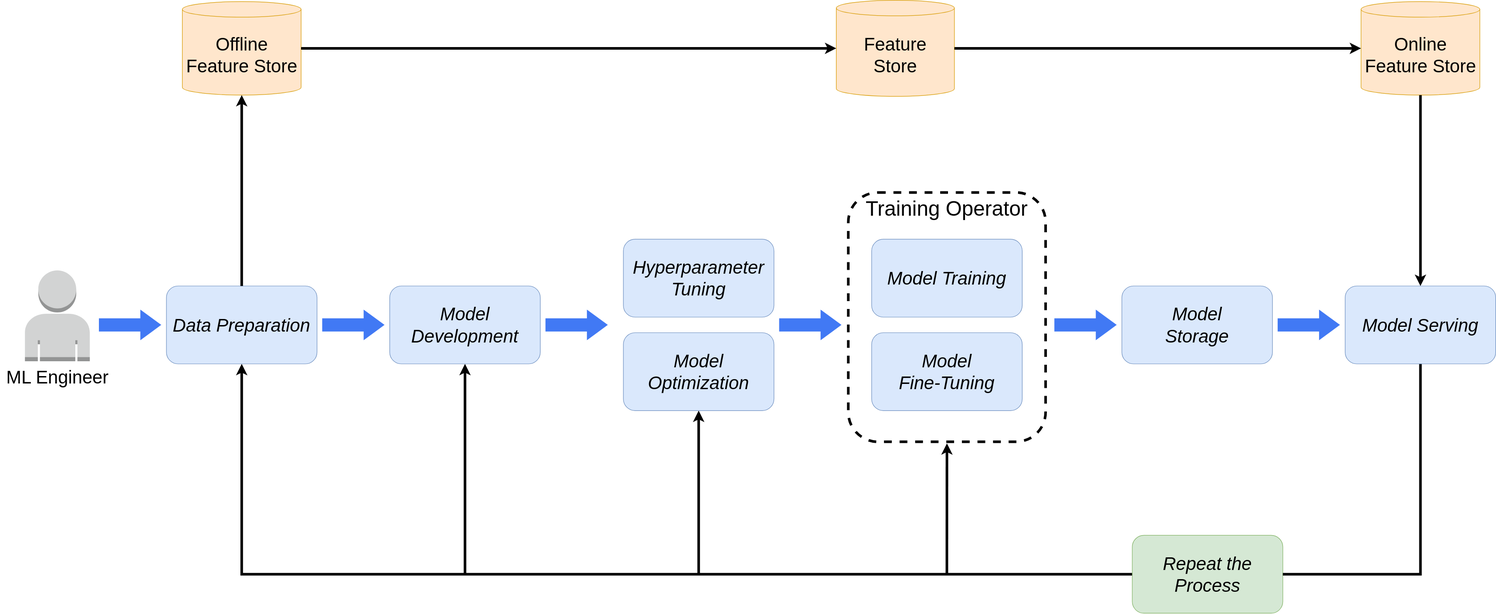
kubeflow/website keeps this draw.io diagram as content/en/docs/components/training/images/ml-lifecycle-training-operator.drawio.svg. Above is the earlier version. Source tidied: cells renumbered, new cells last; positions are measured from the earlier drawing's top-left corner, leaving out a move shared by most shapes.
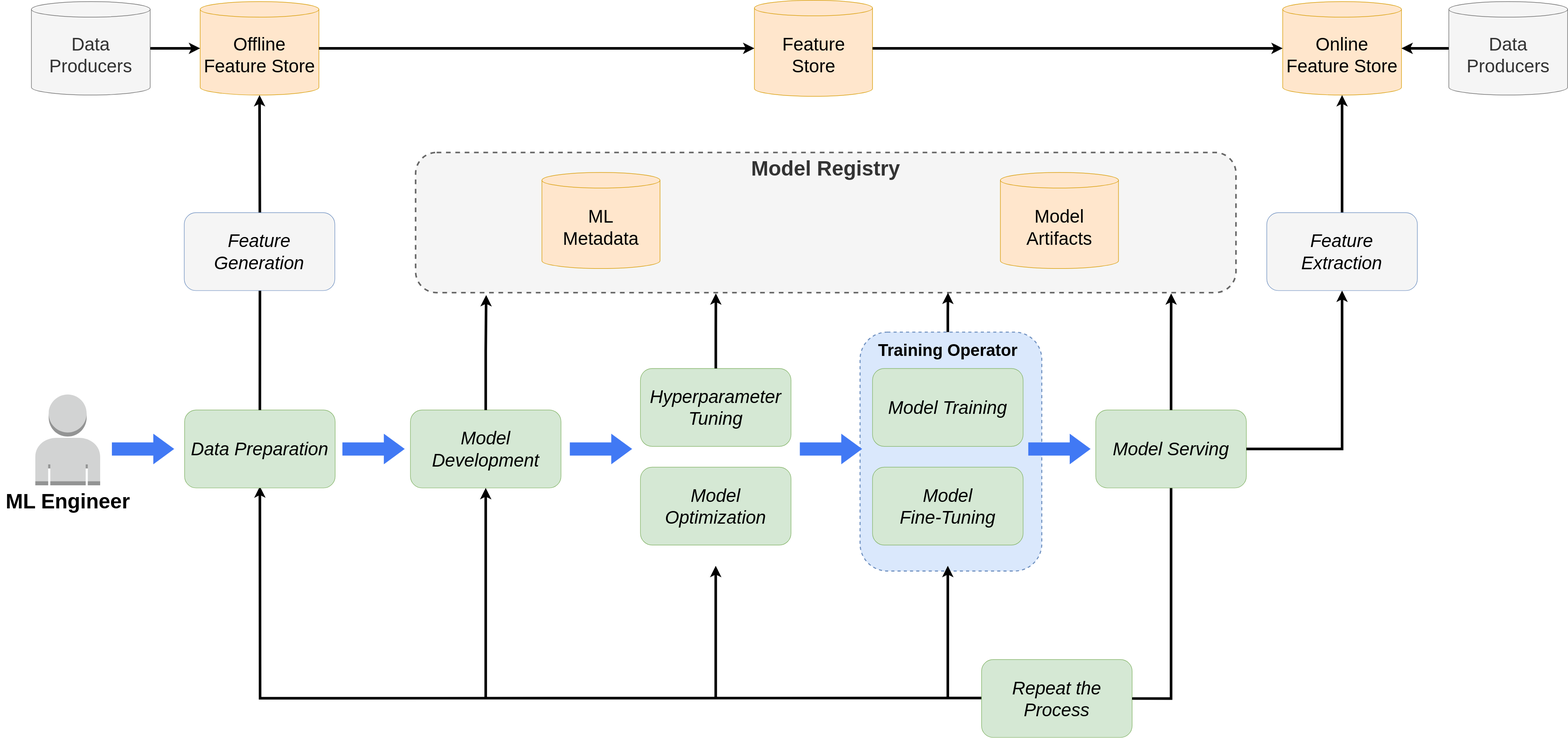
The same file after the commit.

What changed in the source:
```diff
@@ -2,109 +2,148 @@
   <root>
     <mxCell id="0" />
     <mxCell id="1" parent="0" />
-    <mxCell id="2" value="&lt;font style=&quot;font-size: 40px;&quot;&gt;Training Operator&lt;/font&gt;" style="rounded=1;whiteSpace=wrap;html=1;dashed=1;fillColor=none;strokeWidth=5;strokeColor=#000000;fontSize=40;verticalAlign=top;" parent="1" vertex="1">
-      <mxGeometry x="1633.1" y="370" width="380" height="480" as="geometry" />
-    </mxCell>
-    <mxCell id="3" style="group;" parent="1" vertex="1">
-      <mxGeometry y="520" width="220" height="234.9" as="geometry" />
-    </mxCell>
+    <mxCell id="33" style="rounded=1;whiteSpace=wrap;html=1;strokeWidth=2;fillColor=#dae8fc;strokeColor=#6c8ebf;dashed=1;" parent="1" vertex="1">
+      <mxGeometry x="3596" y="-250" width="350" height="460" as="geometry" />
+    </mxCell>
+    <mxCell id="34" style="group;" parent="1" vertex="1">
+      <mxGeometry x="1960" y="-129.9" width="240" height="234.9" as="geometry" />
+    </mxCell>
-    <mxCell id="4" style="dashed=0;verticalLabelPosition=bottom;verticalAlign=top;align=center;html=1;shape=mxgraph.aws3.user;fillColor=#D2D3D3;gradientColor=none;" parent="3" vertex="1">
+    <mxCell id="4" style="dashed=0;verticalLabelPosition=bottom;verticalAlign=top;align=center;html=1;shape=mxgraph.aws3.user;fillColor=#D2D3D3;gradientColor=none;" parent="34" vertex="1">
       <mxGeometry x="47.5" width="124.9" height="174.9" as="geometry" />
     </mxCell>
-    <mxCell id="5" value="ML Engineer" style="text;html=1;align=center;verticalAlign=middle;strokeColor=none;fillColor=none;fontSize=35;" parent="3" vertex="1">
-      <mxGeometry y="174.9" width="220" height="60" as="geometry" />
+    <mxCell id="5" value="&lt;b&gt;&lt;font style=&quot;font-size: 40px;&quot;&gt;ML Engineer&lt;/font&gt;&lt;/b&gt;" style="text;html=1;align=center;verticalAlign=middle;strokeColor=none;fillColor=none;fontSize=35;" parent="34" vertex="1">
+      <mxGeometry x="-20" y="174.9" width="260" height="60" as="geometry" />
     </mxCell>
-    <mxCell id="6" style="edgeStyle=orthogonalEdgeStyle;rounded=0;jettySize=auto;html=1;entryX=0.5;entryY=1;entryDx=0;entryDy=0;strokeWidth=5;" parent="1" edge="1" source="7" target="10">
-      <mxGeometry relative="1" as="geometry" />
-    </mxCell>
+    <mxCell id="35" style="edgeStyle=orthogonalEdgeStyle;rounded=0;orthogonalLoop=1;jettySize=auto;html=1;entryX=0.5;entryY=1;entryDx=0;entryDy=0;strokeWidth=5;" parent="1" edge="1">
+      <mxGeometry relative="1" as="geometry">
+        <mxPoint x="4010" y="454.5" as="sourcePoint" />
+        <mxPoint x="2440" y="47" as="targetPoint" />
+      </mxGeometry>
+    </mxCell>
     <mxCell id="7" value="&lt;div&gt;Repeat the Process&lt;/div&gt;" style="rounded=1;whiteSpace=wrap;html=1;fillColor=#d5e8d4;strokeColor=#82b366;fontSize=35;fontStyle=2;" parent="1" vertex="1">
-      <mxGeometry x="2180" y="1030" width="290" height="150" as="geometry" />
+      <mxGeometry x="3830" y="380.5" width="290" height="150" as="geometry" />
     </mxCell>
+    <mxCell id="10" value="&lt;div&gt;Data Preparation&lt;/div&gt;" style="rounded=1;whiteSpace=wrap;html=1;fillColor=#d5e8d4;strokeColor=#82b366;fontSize=35;fontStyle=2;" parent="1" vertex="1">
+      <mxGeometry x="2295" y="-100" width="290" height="150" as="geometry" />
+    </mxCell>
+    <mxCell id="13" value="Model Development" style="rounded=1;whiteSpace=wrap;html=1;fontSize=35;fontStyle=2;fillColor=#d5e8d4;strokeColor=#82b366;" parent="1" vertex="1">
+      <mxGeometry x="2730" y="-100" width="290" height="150" as="geometry" />
+    </mxCell>
+    <mxCell id="36" style="shape=singleArrow;whiteSpace=wrap;html=1;arrowWidth=0.4307692307692277;arrowSize=0.3352071005917159;fillColor=#4179f4;strokeColor=none;" parent="1" vertex="1">
+      <mxGeometry x="2599" y="-54.5" width="120" height="59" as="geometry" />
+    </mxCell>
+    <mxCell id="37" style="shape=singleArrow;whiteSpace=wrap;html=1;arrowWidth=0.4307692307692277;arrowSize=0.3352071005917159;fillColor=#4179f4;strokeColor=none;" parent="1" vertex="1">
+      <mxGeometry x="2155" y="-54.5" width="120" height="59" as="geometry" />
+    </mxCell>
+    <mxCell id="20" value="Feature &lt;br&gt;Store" style="shape=cylinder3;whiteSpace=wrap;html=1;boundedLbl=1;backgroundOutline=1;size=15;fillColor=#ffe6cc;strokeColor=#d79b00;fontSize=35;" parent="1" vertex="1">
+      <mxGeometry x="3392.5" y="-889" width="227.5" height="185" as="geometry" />
+    </mxCell>
+    <mxCell id="21" value="Offline Feature Store" style="shape=cylinder3;whiteSpace=wrap;html=1;boundedLbl=1;backgroundOutline=1;size=15;fillColor=#ffe6cc;strokeColor=#d79b00;fontSize=35;" parent="1" vertex="1">
+      <mxGeometry x="2325" y="-886.5" width="228.8" height="180" as="geometry" />
+    </mxCell>
+    <mxCell id="28" style="edgeStyle=orthogonalEdgeStyle;rounded=0;jettySize=auto;html=1;entryX=0.5;entryY=1;entryDx=0;entryDy=0;entryPerimeter=0;strokeWidth=5;exitX=0.5;exitY=0;exitDx=0;exitDy=0;" parent="1" edge="1" source="10" target="21">
+      <mxGeometry relative="1" as="geometry" />
+    </mxCell>
+    <mxCell id="29" value="Online Feature Store" style="shape=cylinder3;whiteSpace=wrap;html=1;boundedLbl=1;backgroundOutline=1;size=15;fillColor=#ffe6cc;strokeColor=#d79b00;fontSize=35;" parent="1" vertex="1">
+      <mxGeometry x="4410" y="-886.5" width="228.8" height="180" as="geometry" />
+    </mxCell>
+    <mxCell id="38" style="edgeStyle=orthogonalEdgeStyle;rounded=0;jettySize=auto;html=1;entryX=0.5;entryY=1;entryDx=0;entryDy=0;entryPerimeter=0;strokeWidth=5;endArrow=classic;endFill=1;startArrow=none;startFill=0;exitX=0.5;exitY=0;exitDx=0;exitDy=0;" parent="1" edge="1" source="58" target="29">
+      <mxGeometry relative="1" as="geometry" />
+    </mxCell>
+    <mxCell id="39" style="edgeStyle=orthogonalEdgeStyle;rounded=0;jettySize=auto;html=1;strokeWidth=5;" parent="1" edge="1" source="40" target="29">
+      <mxGeometry relative="1" as="geometry" />
+    </mxCell>
+    <mxCell id="40" value="Data Producers" style="shape=cylinder3;whiteSpace=wrap;html=1;boundedLbl=1;backgroundOutline=1;size=15;fontSize=35;fillColor=#f5f5f5;fontColor=#333333;strokeColor=#666666;" parent="1" vertex="1">
+      <mxGeometry x="4730" y="-886.5" width="228.8" height="180" as="geometry" />
+    </mxCell>
+    <mxCell id="41" style="edgeStyle=none;jettySize=auto;html=1;rounded=0;entryX=0.5;entryY=1;entryDx=0;entryDy=0;strokeWidth=5;" parent="1" edge="1" target="13">
+      <mxGeometry relative="1" as="geometry">
+        <mxPoint x="2875" y="453" as="sourcePoint" />
+      </mxGeometry>
+    </mxCell>
+    <mxCell id="42" style="shape=singleArrow;whiteSpace=wrap;html=1;arrowWidth=0.4307692307692277;arrowSize=0.3352071005917159;fillColor=#4179f4;strokeColor=none;" parent="1" vertex="1">
+      <mxGeometry x="3037" y="-54.5" width="120" height="59" as="geometry" />
+    </mxCell>
+    <mxCell id="43" style="edgeStyle=none;orthogonalLoop=1;jettySize=auto;html=1;rounded=0;entryX=0.5;entryY=1;entryDx=0;entryDy=0;strokeWidth=5;" parent="1" edge="1">
+      <mxGeometry relative="1" as="geometry">
+        <mxPoint x="3318" y="453" as="sourcePoint" />
+        <mxPoint x="3318" y="200" as="targetPoint" />
+      </mxGeometry>
+    </mxCell>
+    <mxCell id="44" style="edgeStyle=none;orthogonalLoop=1;jettySize=auto;html=1;rounded=0;entryX=0.5;entryY=1;entryDx=0;entryDy=0;strokeWidth=5;" parent="1" edge="1">
+      <mxGeometry relative="1" as="geometry">
+        <mxPoint x="3765" y="453" as="sourcePoint" />
+        <mxPoint x="3765" y="200" as="targetPoint" />
+      </mxGeometry>
+    </mxCell>
+    <mxCell id="14" style="edgeStyle=orthogonalEdgeStyle;rounded=0;jettySize=auto;html=1;entryX=1;entryY=0.5;entryDx=0;entryDy=0;strokeWidth=5;endArrow=none;endFill=0;exitX=0.5;exitY=1;exitDx=0;exitDy=0;" parent="1" edge="1" source="25" target="7">
+      <mxGeometry relative="1" as="geometry" />
+    </mxCell>
+    <mxCell id="22" value="Hyperparameter Tuning" style="rounded=1;whiteSpace=wrap;html=1;fillColor=#d5e8d4;strokeColor=#82b366;fontSize=35;fontStyle=2;" parent="1" vertex="1">
+      <mxGeometry x="3173" y="-180" width="290" height="150" as="geometry" />
+    </mxCell>
+    <mxCell id="23" value="Model Optimization" style="rounded=1;whiteSpace=wrap;html=1;fillColor=#d5e8d4;strokeColor=#82b366;fontSize=35;fontStyle=2;" parent="1" vertex="1">
+      <mxGeometry x="3173" y="10" width="290" height="150" as="geometry" />
+    </mxCell>
-    <mxCell id="8" value="Model Training" style="rounded=1;whiteSpace=wrap;html=1;fillColor=#dae8fc;strokeColor=#6c8ebf;fontSize=35;fontStyle=2;" parent="1" vertex="1">
-      <mxGeometry x="1678.1" y="460" width="290" height="150" as="geometry" />
+    <mxCell id="8" value="Model Training" style="rounded=1;whiteSpace=wrap;html=1;fillColor=#d5e8d4;strokeColor=#82b366;fontSize=35;fontStyle=2;" parent="1" vertex="1">
+      <mxGeometry x="3620" y="-180" width="290" height="150" as="geometry" />
     </mxCell>
-    <mxCell id="9" value="&lt;div&gt;Model&lt;br&gt;Fine-Tuning&lt;/div&gt;" style="rounded=1;whiteSpace=wrap;html=1;fillColor=#dae8fc;strokeColor=#6c8ebf;fontSize=35;fontStyle=2;" parent="1" vertex="1">
-      <mxGeometry x="1678.1" y="640" width="290" height="150" as="geometry" />
+    <mxCell id="9" value="Model &lt;br&gt;Fine-Tuning" style="rounded=1;whiteSpace=wrap;html=1;fillColor=#d5e8d4;strokeColor=#82b366;fontSize=35;fontStyle=2;" parent="1" vertex="1">
+      <mxGeometry x="3620" y="10" width="290" height="150" as="geometry" />
     </mxCell>
-    <mxCell id="10" value="&lt;div&gt;Data Preparation&lt;/div&gt;" style="rounded=1;whiteSpace=wrap;html=1;fillColor=#dae8fc;strokeColor=#6c8ebf;fontSize=35;fontStyle=2;" parent="1" vertex="1">
-      <mxGeometry x="320" y="550" width="290" height="150" as="geometry" />
-    </mxCell>
-    <mxCell id="11" style="shape=singleArrow;whiteSpace=wrap;html=1;arrowWidth=0.4307692307692277;arrowSize=0.3352071005917159;fillColor=#4179f4;strokeColor=none;" parent="1" vertex="1">
-      <mxGeometry x="620" y="595.5" width="120" height="59" as="geometry" />
-    </mxCell>
-    <mxCell id="12" style="edgeStyle=orthogonalEdgeStyle;rounded=0;jettySize=auto;html=1;startArrow=classic;startFill=1;endArrow=none;endFill=0;strokeWidth=5;" parent="1" edge="1" source="13">
-      <mxGeometry relative="1" as="geometry">
-        <mxPoint x="895" y="1104" as="targetPoint" />
-      </mxGeometry>
-    </mxCell>
-    <mxCell id="13" value="Model Development" style="rounded=1;whiteSpace=wrap;html=1;fillColor=#dae8fc;strokeColor=#6c8ebf;fontSize=35;fontStyle=2;" parent="1" vertex="1">
-      <mxGeometry x="750" y="550" width="290" height="150" as="geometry" />
-    </mxCell>
-    <mxCell id="14" style="edgeStyle=orthogonalEdgeStyle;rounded=0;jettySize=auto;html=1;entryX=1;entryY=0.5;entryDx=0;entryDy=0;strokeWidth=5;endArrow=none;endFill=0;exitX=0.5;exitY=1;exitDx=0;exitDy=0;" parent="1" edge="1" source="25" target="7">
-      <mxGeometry relative="1" as="geometry">
-        <Array as="points">
-          <mxPoint x="2735" y="1105" />
-        </Array>
-      </mxGeometry>
-    </mxCell>
-    <mxCell id="15" value="&lt;div&gt;Model&lt;/div&gt;&lt;div&gt;Storage&lt;/div&gt;" style="rounded=1;whiteSpace=wrap;html=1;fillColor=#dae8fc;strokeColor=#6c8ebf;fontSize=35;fontStyle=2;" parent="1" vertex="1">
-      <mxGeometry x="2160" y="550" width="290" height="150" as="geometry" />
-    </mxCell>
-    <mxCell id="16" style="shape=singleArrow;whiteSpace=wrap;html=1;arrowWidth=0.4307692307692277;arrowSize=0.3352071005917159;fillColor=#4179f4;strokeColor=none;" parent="1" vertex="1">
-      <mxGeometry x="1050" y="595.5" width="120" height="59" as="geometry" />
-    </mxCell>
-    <mxCell id="17" style="shape=singleArrow;whiteSpace=wrap;html=1;arrowWidth=0.4307692307692277;arrowSize=0.3352071005917159;fillColor=#4179f4;strokeColor=none;" parent="1" vertex="1">
-      <mxGeometry x="2030" y="595.5" width="120" height="59" as="geometry" />
-    </mxCell>
-    <mxCell id="18" style="endArrow=classic;html=1;rounded=0;entryX=0.5;entryY=1;entryDx=0;entryDy=0;strokeWidth=5;" parent="1" edge="1" target="23">
-      <mxGeometry relative="1" as="geometry">
-        <mxPoint x="1345" y="1104" as="sourcePoint" />
-      </mxGeometry>
-    </mxCell>
-    <mxCell id="19" style="shape=singleArrow;whiteSpace=wrap;html=1;arrowWidth=0.4307692307692277;arrowSize=0.3352071005917159;fillColor=#4179f4;strokeColor=none;" parent="1" vertex="1">
-      <mxGeometry x="190" y="595.5" width="120" height="59" as="geometry" />
-    </mxCell>
-    <mxCell id="20" value="Feature &lt;br&gt;Store" style="shape=cylinder3;whiteSpace=wrap;html=1;boundedLbl=1;backgroundOutline=1;size=15;fillColor=#ffe6cc;strokeColor=#d79b00;fontSize=35;" parent="1" vertex="1">
-      <mxGeometry x="1610" width="227.5" height="185" as="geometry" />
-    </mxCell>
-    <mxCell id="21" value="Offline Feature Store" style="shape=cylinder3;whiteSpace=wrap;html=1;boundedLbl=1;backgroundOutline=1;size=15;fillColor=#ffe6cc;strokeColor=#d79b00;fontSize=35;" parent="1" vertex="1">
-      <mxGeometry x="350.6" y="2.5" width="228.8" height="180" as="geometry" />
-    </mxCell>
-    <mxCell id="22" value="Hyperparameter&lt;div&gt;Tuning&lt;/div&gt;" style="rounded=1;whiteSpace=wrap;html=1;fillColor=#dae8fc;strokeColor=#6c8ebf;fontSize=35;fontStyle=2;" parent="1" vertex="1">
-      <mxGeometry x="1200" y="460" width="290" height="150" as="geometry" />
-    </mxCell>
-    <mxCell id="23" value="Model Optimization" style="rounded=1;whiteSpace=wrap;html=1;fillColor=#dae8fc;strokeColor=#6c8ebf;fontSize=35;fontStyle=2;" parent="1" vertex="1">
-      <mxGeometry x="1200" y="640" width="290" height="150" as="geometry" />
-    </mxCell>
-    <mxCell id="24" style="shape=singleArrow;whiteSpace=wrap;html=1;arrowWidth=0.4307692307692277;arrowSize=0.3352071005917159;fillColor=#4179f4;strokeColor=none;" parent="1" vertex="1">
-      <mxGeometry x="1500" y="595.5" width="120" height="59" as="geometry" />
-    </mxCell>
-    <mxCell id="25" value="&lt;div&gt;Model Serving&lt;/div&gt;" style="rounded=1;whiteSpace=wrap;html=1;fillColor=#dae8fc;strokeColor=#6c8ebf;fontSize=35;fontStyle=2;" parent="1" vertex="1">
-      <mxGeometry x="2590" y="550" width="290" height="150" as="geometry" />
+    <mxCell id="25" value="Model Serving" style="rounded=1;whiteSpace=wrap;html=1;fillColor=#d5e8d4;strokeColor=#82b366;fontSize=35;fontStyle=2;" parent="1" vertex="1">
+      <mxGeometry x="4050" y="-100" width="290" height="150" as="geometry" />
     </mxCell>
-    <mxCell id="26" style="shape=singleArrow;whiteSpace=wrap;html=1;arrowWidth=0.4307692307692277;arrowSize=0.3352071005917159;fillColor=#4179f4;strokeColor=none;" parent="1" vertex="1">
-      <mxGeometry x="2460" y="595.5" width="120" height="59" as="geometry" />
-    </mxCell>
-    <mxCell id="27" style="endArrow=classic;html=1;rounded=0;entryX=0.5;entryY=1;entryDx=0;entryDy=0;strokeWidth=5;" parent="1" edge="1">
-      <mxGeometry relative="1" as="geometry">
-        <mxPoint x="1823" y="1103" as="sourcePoint" />
-        <mxPoint x="1823.1" y="853" as="targetPoint" />
-      </mxGeometry>
-    </mxCell>
-    <mxCell id="28" style="edgeStyle=orthogonalEdgeStyle;rounded=0;jettySize=auto;html=1;entryX=0.5;entryY=1;entryDx=0;entryDy=0;entryPerimeter=0;strokeWidth=5;" parent="1" edge="1" source="10" target="21">
-      <mxGeometry relative="1" as="geometry" />
-    </mxCell>
-    <mxCell id="29" value="Online Feature Store" style="shape=cylinder3;whiteSpace=wrap;html=1;boundedLbl=1;backgroundOutline=1;size=15;fillColor=#ffe6cc;strokeColor=#d79b00;fontSize=35;" parent="1" vertex="1">
-      <mxGeometry x="2620.6" y="2.5" width="228.8" height="180" as="geometry" />
-    </mxCell>
-    <mxCell id="30" style="edgeStyle=orthogonalEdgeStyle;rounded=0;jettySize=auto;html=1;entryX=0.5;entryY=1;entryDx=0;entryDy=0;entryPerimeter=0;strokeWidth=5;endArrow=none;endFill=0;startArrow=classic;startFill=1;" parent="1" edge="1" source="25" target="29">
-      <mxGeometry relative="1" as="geometry" />
-    </mxCell>
     <mxCell id="31" style="edgeStyle=orthogonalEdgeStyle;rounded=0;jettySize=auto;html=1;entryX=0;entryY=0.5;entryDx=0;entryDy=0;entryPerimeter=0;strokeWidth=5;" parent="1" edge="1" source="21" target="20">
       <mxGeometry relative="1" as="geometry" />
     </mxCell>
-    <mxCell id="32" style="edgeStyle=orthogonalEdgeStyle;rounded=0;jettySize=auto;html=1;entryX=0;entryY=0.5;entryDx=0;entryDy=0;entryPerimeter=0;strokeWidth=5;" parent="1" edge="1" source="20" target="29">
+    <mxCell id="32" style="edgeStyle=orthogonalEdgeStyle;rounded=0;jettySize=auto;html=1;entryX=0;entryY=0.5;entryDx=0;entryDy=0;entryPerimeter=0;strokeWidth=5;exitX=1;exitY=0.5;exitDx=0;exitDy=0;exitPerimeter=0;" parent="1" edge="1" source="20" target="29">
       <mxGeometry relative="1" as="geometry" />
     </mxCell>
+    <mxCell id="45" style="shape=singleArrow;whiteSpace=wrap;html=1;arrowWidth=0.4307692307692277;arrowSize=0.3352071005917159;fillColor=#4179f4;strokeColor=none;" parent="1" vertex="1">
+      <mxGeometry x="3920" y="-54.5" width="120" height="59" as="geometry" />
+    </mxCell>
+    <mxCell id="46" style="shape=singleArrow;whiteSpace=wrap;html=1;arrowWidth=0.4307692307692277;arrowSize=0.3352071005917159;fillColor=#4179f4;strokeColor=none;" parent="1" vertex="1">
+      <mxGeometry x="3480" y="-54.5" width="120" height="59" as="geometry" />
+    </mxCell>
+    <mxCell id="47" style="edgeStyle=orthogonalEdgeStyle;rounded=0;jettySize=auto;html=1;strokeWidth=5;" parent="1" edge="1" source="48" target="21">
+      <mxGeometry relative="1" as="geometry" />
+    </mxCell>
+    <mxCell id="48" value="Data Producers" style="shape=cylinder3;whiteSpace=wrap;html=1;boundedLbl=1;backgroundOutline=1;size=15;fontSize=35;fillColor=#f5f5f5;fontColor=#333333;strokeColor=#666666;" parent="1" vertex="1">
+      <mxGeometry x="2000" y="-886.5" width="228.8" height="180" as="geometry" />
+    </mxCell>
+    <mxCell id="49" value="Feature&lt;br&gt;Generation" style="rounded=1;whiteSpace=wrap;html=1;fillColor=#f5f5f5;strokeColor=#6c8ebf;fontSize=35;fontStyle=2;" parent="1" vertex="1">
+      <mxGeometry x="2294.4" y="-480" width="290" height="150" as="geometry" />
+    </mxCell>
+    <mxCell id="50" value="Model Registry" style="rounded=1;whiteSpace=wrap;html=1;dashed=1;fillColor=#f5f5f5;strokeWidth=3;strokeColor=#666666;fontSize=40;verticalAlign=top;fontStyle=1;fontColor=#333333;" parent="1" vertex="1">
+      <mxGeometry x="2740" y="-596" width="1580" height="270" as="geometry" />
+    </mxCell>
+    <mxCell id="51" value="ML&lt;br&gt;Metadata" style="shape=cylinder3;whiteSpace=wrap;html=1;boundedLbl=1;backgroundOutline=1;size=15;fillColor=#ffe6cc;strokeColor=#d79b00;fontSize=35;" parent="1" vertex="1">
+      <mxGeometry x="2983.2" y="-557.5" width="227.5" height="185" as="geometry" />
+    </mxCell>
+    <mxCell id="52" value="Model Artifacts" style="shape=cylinder3;whiteSpace=wrap;html=1;boundedLbl=1;backgroundOutline=1;size=15;fillColor=#ffe6cc;strokeColor=#d79b00;fontSize=35;" parent="1" vertex="1">
+      <mxGeometry x="3866.2" y="-557.5" width="227.5" height="185" as="geometry" />
+    </mxCell>
+    <mxCell id="53" style="edgeStyle=orthogonalEdgeStyle;rounded=0;jettySize=auto;html=1;entryX=0.086;entryY=1.017;entryDx=0;entryDy=0;entryPerimeter=0;strokeWidth=5;" parent="1" edge="1" source="13" target="50">
+      <mxGeometry relative="1" as="geometry" />
+    </mxCell>
+    <mxCell id="54" style="edgeStyle=orthogonalEdgeStyle;rounded=0;jettySize=auto;html=1;entryX=0.366;entryY=1.005;entryDx=0;entryDy=0;entryPerimeter=0;strokeWidth=5;" parent="1" edge="1" source="22" target="50">
+      <mxGeometry relative="1" as="geometry" />
+    </mxCell>
+    <mxCell id="55" style="edgeStyle=orthogonalEdgeStyle;rounded=0;jettySize=auto;html=1;entryX=0.649;entryY=1;entryDx=0;entryDy=0;entryPerimeter=0;strokeWidth=5;exitX=0.483;exitY=0;exitDx=0;exitDy=0;exitPerimeter=0;" parent="1" edge="1" source="33" target="50">
+      <mxGeometry relative="1" as="geometry" />
+    </mxCell>
+    <mxCell id="56" style="edgeStyle=orthogonalEdgeStyle;rounded=0;jettySize=auto;html=1;entryX=0.921;entryY=1.005;entryDx=0;entryDy=0;entryPerimeter=0;strokeWidth=5;" parent="1" edge="1" source="25" target="50">
+      <mxGeometry relative="1" as="geometry" />
+    </mxCell>
+    <mxCell id="57" style="edgeStyle=orthogonalEdgeStyle;rounded=0;jettySize=auto;html=1;entryX=0.5;entryY=1;entryDx=0;entryDy=0;entryPerimeter=0;strokeWidth=5;endArrow=classic;endFill=1;startArrow=none;startFill=0;exitX=1;exitY=0.5;exitDx=0;exitDy=0;" parent="1" edge="1" source="25" target="58">
+      <mxGeometry relative="1" as="geometry" />
+    </mxCell>
+    <mxCell id="58" value="Feature&lt;br&gt;Extraction" style="rounded=1;whiteSpace=wrap;html=1;fillColor=#f5f5f5;strokeColor=#6c8ebf;fontSize=35;fontStyle=2;" parent="1" vertex="1">
+      <mxGeometry x="4379.4" y="-480" width="290" height="150" as="geometry" />
+    </mxCell>
+    <mxCell id="2" value="&lt;font style=&quot;font-size: 32px;&quot;&gt;Training Operator&lt;/font&gt;" style="text;html=1;align=center;verticalAlign=middle;strokeColor=none;fillColor=none;fontStyle=1;" parent="1" vertex="1">
+      <mxGeometry x="3630" y="-240" width="270" height="50" as="geometry" />
+    </mxCell>
   </root>
 </mxGraphModel>
```
